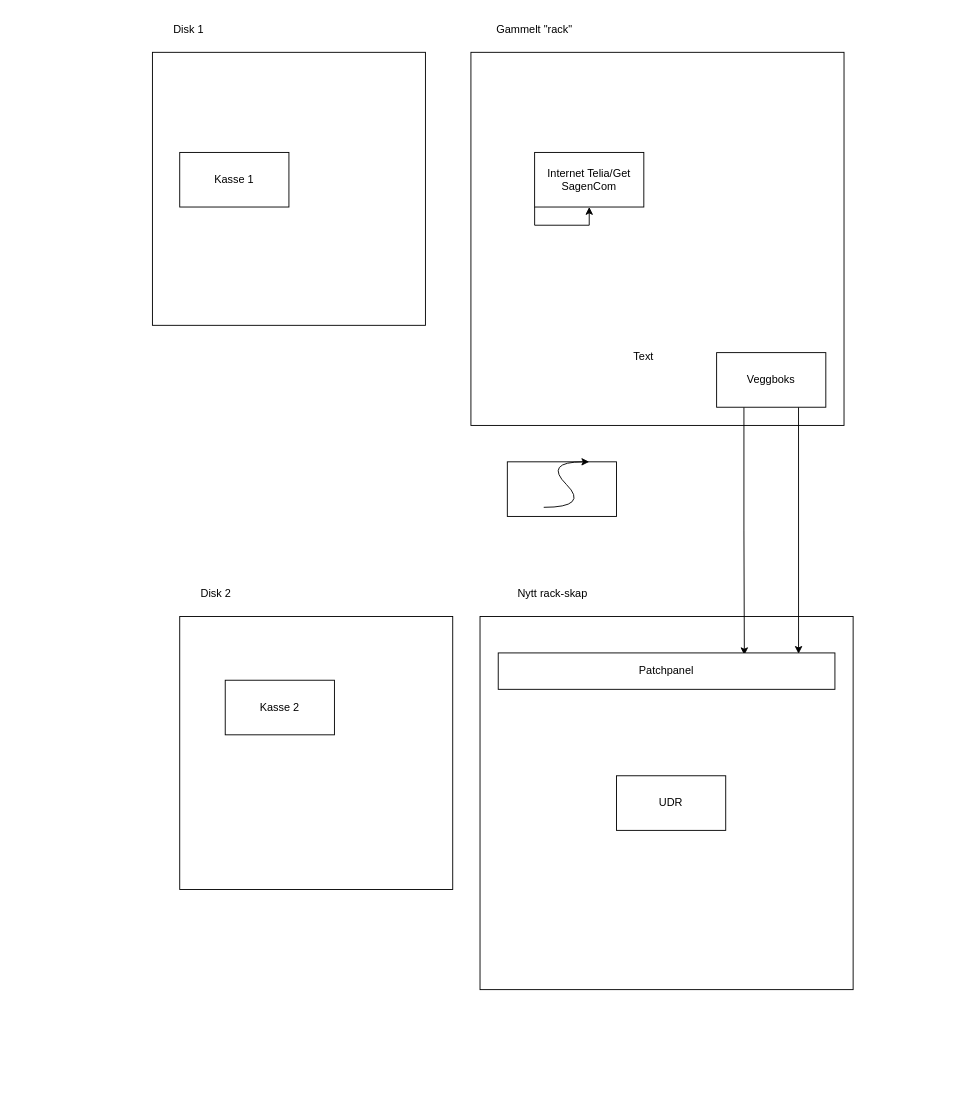
soteland/soteland.github.io keeps this draw.io diagram as Kolonialen.drawio. Above is the earlier version. Source tidied: cells renumbered, new cells numbered last; positions are measured from the earlier drawing's top-left corner, leaving out a move shared by most shapes. Both pictures are drawn from the tidied source at 91%, with x=0, y=0 at pixel (152, 15).
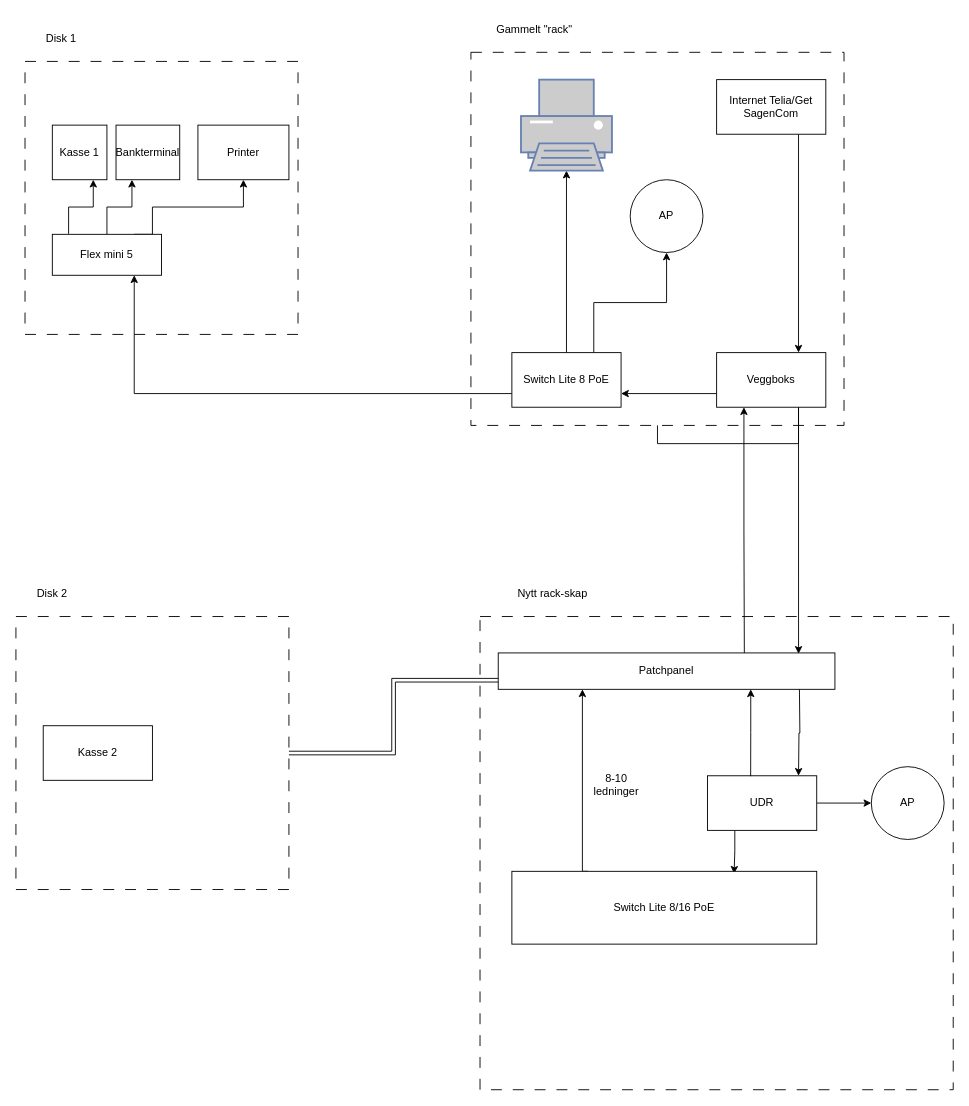
After the change.

Unchanged cells that the change refers to:
```xml
<mxCell id="19" value="Veggboks" style="rounded=0;whiteSpace=wrap;html=1;" parent="1" vertex="1">
  <mxGeometry x="620" y="370" width="120" height="60" as="geometry" />
</mxCell>
<mxCell id="21" value="Patchpanel" style="rounded=0;whiteSpace=wrap;html=1;" parent="1" vertex="1">
  <mxGeometry x="380" y="700" width="370" height="40" as="geometry" />
</mxCell>
```

Diff of the diagram source:
```diff
@@
-    <mxCell id="2" style="whiteSpace=wrap;html=1;fillColor=none;" parent="1" vertex="1">
-      <mxGeometry x="360" y="660" width="410" height="410" as="geometry" />
+    <mxCell id="2" style="whiteSpace=wrap;html=1;fillColor=none;dashed=1;dashPattern=12 12;imageAspect=1;" parent="1" vertex="1">
+      <mxGeometry x="360" y="660" width="520" height="520" as="geometry" />
     </mxCell>
-    <mxCell id="3" style="whiteSpace=wrap;html=1;fillColor=none;" parent="1" vertex="1">
-      <mxGeometry x="30" y="660" width="300" height="300" as="geometry" />
+    <mxCell id="3" style="whiteSpace=wrap;html=1;fillColor=none;dashed=1;dashPattern=12 12;" parent="1" vertex="1">
+      <mxGeometry x="-150" y="660" width="300" height="300" as="geometry" />
     </mxCell>
-    <mxCell id="4" style="whiteSpace=wrap;html=1;fillColor=none;" parent="1" vertex="1">
-      <mxGeometry y="40" width="300" height="300" as="geometry" />
+    <mxCell id="4" style="whiteSpace=wrap;html=1;fillColor=none;dashed=1;dashPattern=12 12;" parent="1" vertex="1">
+      <mxGeometry x="-140" y="50" width="300" height="300" as="geometry" />
     </mxCell>
-    <mxCell id="5" style="whiteSpace=wrap;html=1;fillColor=none;" parent="1" vertex="1">
+    <mxCell id="5" style="whiteSpace=wrap;html=1;fillColor=none;dashed=1;dashPattern=12 12;" parent="1" vertex="1">
       <mxGeometry x="350" y="40" width="410" height="410" as="geometry" />
     </mxCell>
+    <mxCell id="22" style="edgeStyle=orthogonalEdgeStyle;rounded=0;jettySize=auto;html=1;exitX=0.75;exitY=1;exitDx=0;exitDy=0;entryX=0.75;entryY=0;entryDx=0;entryDy=0;" parent="1" edge="1" source="6" target="19">
+      <mxGeometry relative="1" as="geometry" />
+    </mxCell>
     <mxCell id="6" value="Internet Telia/Get&lt;br&gt;SagenCom" style="rounded=0;whiteSpace=wrap;html=1;" parent="1" vertex="1">
-      <mxGeometry x="420" y="150" width="120" height="60" as="geometry" />
+      <mxGeometry x="620" y="70" width="120" height="60" as="geometry" />
     </mxCell>
-    <mxCell id="7" value="Text" style="text;html=1;strokeColor=none;fillColor=none;align=center;verticalAlign=middle;whiteSpace=wrap;rounded=0;" parent="1" vertex="1">
-      <mxGeometry x="510" y="360" width="60" height="30" as="geometry" />
-    </mxCell>
     <mxCell id="8" value="Disk 1" style="text;html=1;strokeColor=none;fillColor=none;align=center;verticalAlign=middle;whiteSpace=wrap;rounded=0;" parent="1" vertex="1">
-      <mxGeometry x="10" width="60" height="30" as="geometry" />
+      <mxGeometry x="-130" y="10" width="60" height="30" as="geometry" />
     </mxCell>
     <mxCell id="9" value="Disk 2" style="text;html=1;strokeColor=none;fillColor=none;align=center;verticalAlign=middle;whiteSpace=wrap;rounded=0;" parent="1" vertex="1">
-      <mxGeometry x="40" y="620" width="60" height="30" as="geometry" />
+      <mxGeometry x="-140" y="620" width="60" height="30" as="geometry" />
     </mxCell>
-    <mxCell id="10" style="edgeStyle=orthogonalEdgeStyle;rounded=0;orthogonalLoop=1;jettySize=auto;html=1;exitX=0;exitY=1;exitDx=0;exitDy=0;" parent="1" edge="1" source="6" target="6">
+    <mxCell id="10" style="edgeStyle=orthogonalEdgeStyle;rounded=0;jettySize=auto;html=1;entryX=0.75;entryY=0;entryDx=0;entryDy=0;" parent="1" edge="1" source="5" target="19">
       <mxGeometry relative="1" as="geometry" />
     </mxCell>
@@
     <mxCell id="13" value="Kasse 1" style="rounded=0;whiteSpace=wrap;html=1;" parent="1" vertex="1">
-      <mxGeometry x="30" y="150" width="120" height="60" as="geometry" />
+      <mxGeometry x="-110" y="120" width="60" height="60" as="geometry" />
     </mxCell>
     <mxCell id="14" value="Kasse 2" style="rounded=0;whiteSpace=wrap;html=1;" parent="1" vertex="1">
-      <mxGeometry x="80" y="730" width="120" height="60" as="geometry" />
+      <mxGeometry x="-120" y="780" width="120" height="60" as="geometry" />
     </mxCell>
-    <mxCell id="15" style="rounded=0;whiteSpace=wrap;html=1;" parent="1" vertex="1">
-      <mxGeometry x="390" y="490" width="120" height="60" as="geometry" />
-    </mxCell>
+    <mxCell id="23" style="edgeStyle=orthogonalEdgeStyle;rounded=0;jettySize=auto;html=1;exitX=0.25;exitY=1;exitDx=0;exitDy=0;entryX=0.729;entryY=0.033;entryDx=0;entryDy=0;entryPerimeter=0;" parent="1" edge="1" source="16" target="38">
+      <mxGeometry relative="1" as="geometry" />
+    </mxCell>
+    <mxCell id="24" style="edgeStyle=orthogonalEdgeStyle;rounded=0;jettySize=auto;html=1;exitX=1;exitY=0.5;exitDx=0;exitDy=0;entryX=0;entryY=0.5;entryDx=0;entryDy=0;" parent="1" edge="1" source="16" target="43">
+      <mxGeometry relative="1" as="geometry" />
+    </mxCell>
     <mxCell id="16" value="UDR" style="rounded=0;whiteSpace=wrap;html=1;" parent="1" vertex="1">
-      <mxGeometry x="510" y="835" width="120" height="60" as="geometry" />
+      <mxGeometry x="610" y="835" width="120" height="60" as="geometry" />
     </mxCell>
@@
-    <mxCell id="18" style="edgeStyle=orthogonalEdgeStyle;rounded=0;jettySize=auto;html=1;exitX=0.25;exitY=1;exitDx=0;exitDy=0;entryX=0.731;entryY=0.061;entryDx=0;entryDy=0;entryPerimeter=0;" parent="1" edge="1" source="19" target="21">
+    <mxCell id="18" style="edgeStyle=orthogonalEdgeStyle;rounded=0;jettySize=auto;html=1;exitX=0.25;exitY=1;exitDx=0;exitDy=0;entryX=0.731;entryY=0.061;entryDx=0;entryDy=0;entryPerimeter=0;endArrow=none;endFill=0;startArrow=classic;startFill=1;" parent="1" edge="1" source="19" target="21">
       <mxGeometry relative="1" as="geometry" />
     </mxCell>
+    <mxCell id="25" style="edgeStyle=orthogonalEdgeStyle;rounded=0;jettySize=auto;html=1;exitX=0;exitY=0.75;exitDx=0;exitDy=0;entryX=1;entryY=0.75;entryDx=0;entryDy=0;" parent="1" edge="1" source="19" target="32">
+      <mxGeometry relative="1" as="geometry" />
+    </mxCell>
@@
-    <mxCell id="20" style="curved=1;endArrow=classic;html=1;rounded=0;" parent="1" edge="1">
-      <mxGeometry relative="1" as="geometry">
-        <mxPoint x="430" y="540" as="sourcePoint" />
-        <mxPoint x="480" y="490" as="targetPoint" />
-        <Array as="points">
-          <mxPoint x="480" y="540" />
-          <mxPoint x="430" y="490" />
-        </Array>
-      </mxGeometry>
-    </mxCell>
+    <mxCell id="26" style="edgeStyle=orthogonalEdgeStyle;rounded=0;jettySize=auto;html=1;exitX=0.75;exitY=1;exitDx=0;exitDy=0;entryX=0.395;entryY=0.008;entryDx=0;entryDy=0;entryPerimeter=0;endArrow=none;endFill=0;startArrow=classic;startFill=1;" parent="1" edge="1" source="21" target="16">
+      <mxGeometry relative="1" as="geometry" />
+    </mxCell>
+    <mxCell id="27" style="edgeStyle=orthogonalEdgeStyle;rounded=0;jettySize=auto;html=1;exitX=0;exitY=0.75;exitDx=0;exitDy=0;entryX=1;entryY=0.5;entryDx=0;entryDy=0;shape=link;" parent="1" edge="1" source="21" target="3">
+      <mxGeometry relative="1" as="geometry" />
+    </mxCell>
@@
+    <mxCell id="28" style="edgeStyle=orthogonalEdgeStyle;rounded=0;orthogonalLoop=1;jettySize=auto;html=1;exitX=0.75;exitY=1;exitDx=0;exitDy=0;entryX=0.395;entryY=0.008;entryDx=0;entryDy=0;entryPerimeter=0;" parent="1" edge="1">
+      <mxGeometry relative="1" as="geometry">
+        <mxPoint x="711" y="740" as="sourcePoint" />
+        <mxPoint x="710" y="835" as="targetPoint" />
+      </mxGeometry>
+    </mxCell>
+    <mxCell id="29" style="edgeStyle=orthogonalEdgeStyle;rounded=0;jettySize=auto;html=1;exitX=0;exitY=0.75;exitDx=0;exitDy=0;entryX=0.75;entryY=1;entryDx=0;entryDy=0;" parent="1" edge="1" source="32" target="36">
+      <mxGeometry relative="1" as="geometry" />
+    </mxCell>
+    <mxCell id="30" style="edgeStyle=orthogonalEdgeStyle;rounded=0;jettySize=auto;html=1;exitX=0.5;exitY=0;exitDx=0;exitDy=0;entryX=0.5;entryY=1;entryDx=0;entryDy=0;entryPerimeter=0;" parent="1" edge="1" source="32" target="44">
+      <mxGeometry relative="1" as="geometry" />
+    </mxCell>
+    <mxCell id="31" style="edgeStyle=orthogonalEdgeStyle;rounded=0;jettySize=auto;html=1;exitX=0.75;exitY=0;exitDx=0;exitDy=0;entryX=0.5;entryY=1;entryDx=0;entryDy=0;" parent="1" edge="1" source="32" target="42">
+      <mxGeometry relative="1" as="geometry" />
+    </mxCell>
+    <mxCell id="32" value="Switch&amp;nbsp;Lite 8 PoE" style="rounded=0;whiteSpace=wrap;html=1;" parent="1" vertex="1">
+      <mxGeometry x="395" y="370" width="120" height="60" as="geometry" />
+    </mxCell>
+    <mxCell id="33" style="edgeStyle=orthogonalEdgeStyle;rounded=0;jettySize=auto;html=1;exitX=0.149;exitY=-0.012;exitDx=0;exitDy=0;entryX=0.75;entryY=1;entryDx=0;entryDy=0;exitPerimeter=0;" parent="1" edge="1" source="36" target="13">
+      <mxGeometry relative="1" as="geometry" />
+    </mxCell>
+    <mxCell id="34" style="edgeStyle=orthogonalEdgeStyle;rounded=0;jettySize=auto;html=1;exitX=0.75;exitY=0;exitDx=0;exitDy=0;entryX=0.5;entryY=1;entryDx=0;entryDy=0;" parent="1" edge="1" source="36" target="40">
+      <mxGeometry relative="1" as="geometry">
+        <Array as="points">
+          <mxPoint y="240" />
+          <mxPoint y="210" />
+          <mxPoint x="100" y="210" />
+        </Array>
+      </mxGeometry>
+    </mxCell>
+    <mxCell id="35" style="edgeStyle=orthogonalEdgeStyle;rounded=0;jettySize=auto;html=1;exitX=0.5;exitY=0;exitDx=0;exitDy=0;entryX=0.25;entryY=1;entryDx=0;entryDy=0;" parent="1" edge="1" source="36" target="39">
+      <mxGeometry relative="1" as="geometry" />
+    </mxCell>
+    <mxCell id="36" value="Flex mini 5" style="rounded=0;whiteSpace=wrap;html=1;" parent="1" vertex="1">
+      <mxGeometry x="-110" y="240" width="120" height="45" as="geometry" />
+    </mxCell>
+    <mxCell id="37" style="edgeStyle=orthogonalEdgeStyle;rounded=0;jettySize=auto;html=1;exitX=0.25;exitY=0;exitDx=0;exitDy=0;entryX=0.25;entryY=1;entryDx=0;entryDy=0;" parent="1" edge="1" source="38" target="21">
+      <mxGeometry relative="1" as="geometry">
+        <Array as="points">
+          <mxPoint x="473" y="940" />
+        </Array>
+      </mxGeometry>
+    </mxCell>
+    <mxCell id="38" value="Switch&amp;nbsp;Lite 8/16 PoE" style="rounded=0;whiteSpace=wrap;html=1;" parent="1" vertex="1">
+      <mxGeometry x="395" y="940" width="335" height="80" as="geometry" />
+    </mxCell>
+    <mxCell id="39" value="Bankterminal" style="rounded=0;whiteSpace=wrap;html=1;" parent="1" vertex="1">
+      <mxGeometry x="-40" y="120" width="70" height="60" as="geometry" />
+    </mxCell>
+    <mxCell id="40" value="Printer" style="rounded=0;whiteSpace=wrap;html=1;" parent="1" vertex="1">
+      <mxGeometry x="50" y="120" width="100" height="60" as="geometry" />
+    </mxCell>
+    <mxCell id="41" value="8-10 ledninger" style="text;html=1;strokeColor=none;fillColor=none;align=center;verticalAlign=middle;whiteSpace=wrap;rounded=0;" parent="1" vertex="1">
+      <mxGeometry x="480" y="830" width="60" height="30" as="geometry" />
+    </mxCell>
+    <mxCell id="42" value="AP" style="ellipse;whiteSpace=wrap;html=1;" parent="1" vertex="1">
+      <mxGeometry x="525" y="180" width="80" height="80" as="geometry" />
+    </mxCell>
+    <mxCell id="43" value="AP" style="ellipse;whiteSpace=wrap;html=1;" parent="1" vertex="1">
+      <mxGeometry x="790" y="825" width="80" height="80" as="geometry" />
+    </mxCell>
+    <mxCell id="44" style="fontColor=#0066CC;verticalAlign=top;verticalLabelPosition=bottom;labelPosition=center;align=center;html=1;outlineConnect=0;fillColor=#CCCCCC;strokeColor=#6881B3;gradientColor=none;gradientDirection=north;strokeWidth=2;shape=mxgraph.networks.printer;" parent="1" vertex="1">
+      <mxGeometry x="405" y="70" width="100" height="100" as="geometry" />
+    </mxCell>
```
